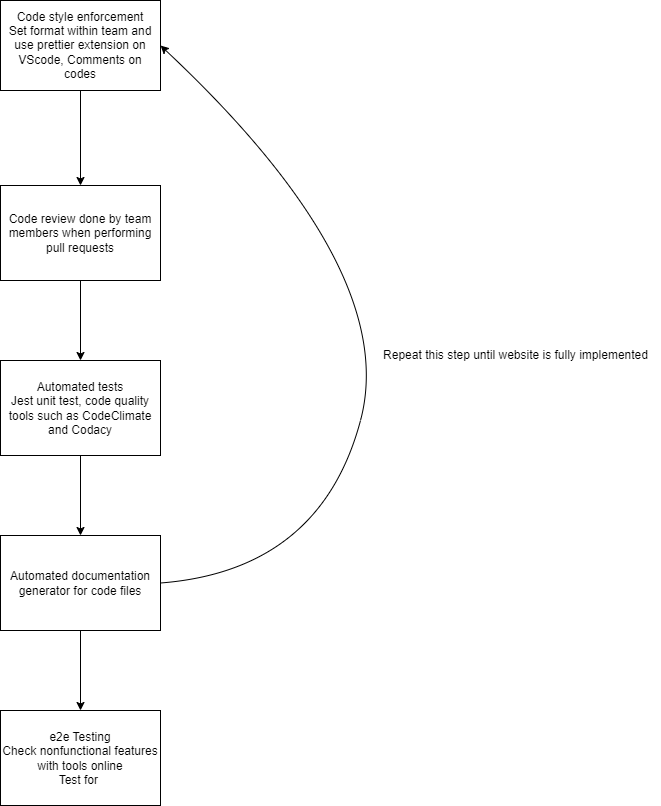
dklopstein/dev-journal keeps this draw.io diagram as admin/cipipeline/phase1.drawio.png. Above is the earlier version. Source tidied: cells renumbered, new cells last; positions are measured from the earlier drawing's top-left corner, leaving out a move shared by most shapes.
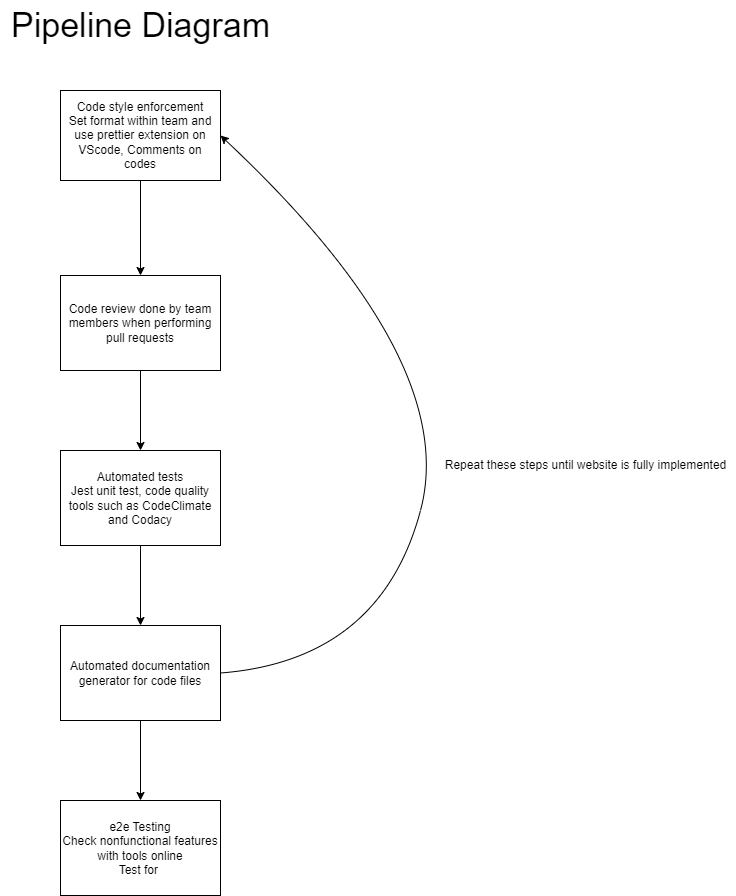
The same file after the commit.

Commit message:
Update pipeline diagram

The edit, as a diff of the source:
```diff
@@ -34,11 +34,14 @@
         </Array>
       </mxGeometry>
     </mxCell>
-    <mxCell id="11" value="Repeat this step until website is fully implemented" style="text;html=1;align=center;verticalAlign=middle;strokeColor=none;fillColor=none;" parent="1" vertex="1">
-      <mxGeometry x="370" y="340" width="290" height="30" as="geometry" />
+    <mxCell id="11" value="Repeat these steps until website is fully implemented" style="text;html=1;align=center;verticalAlign=middle;strokeColor=none;fillColor=none;" parent="1" vertex="1">
+      <mxGeometry x="375" y="360" width="300" height="30" as="geometry" />
     </mxCell>
     <mxCell id="12" value="e2e Testing&lt;br&gt;Check nonfunctional features with tools online&lt;br&gt;Test for&amp;nbsp;" style="whiteSpace=wrap;html=1;rounded=0;" parent="1" vertex="1">
       <mxGeometry y="710" width="160" height="95" as="geometry" />
     </mxCell>
+    <mxCell id="13" value="&lt;font style=&quot;font-size: 34px;&quot;&gt;Pipeline Diagram&lt;/font&gt;" style="text;html=1;align=center;verticalAlign=middle;strokeColor=none;fillColor=none;" parent="1" vertex="1">
+      <mxGeometry x="-60" y="-90" width="280" height="50" as="geometry" />
+    </mxCell>
   </root>
 </mxGraphModel>
```
